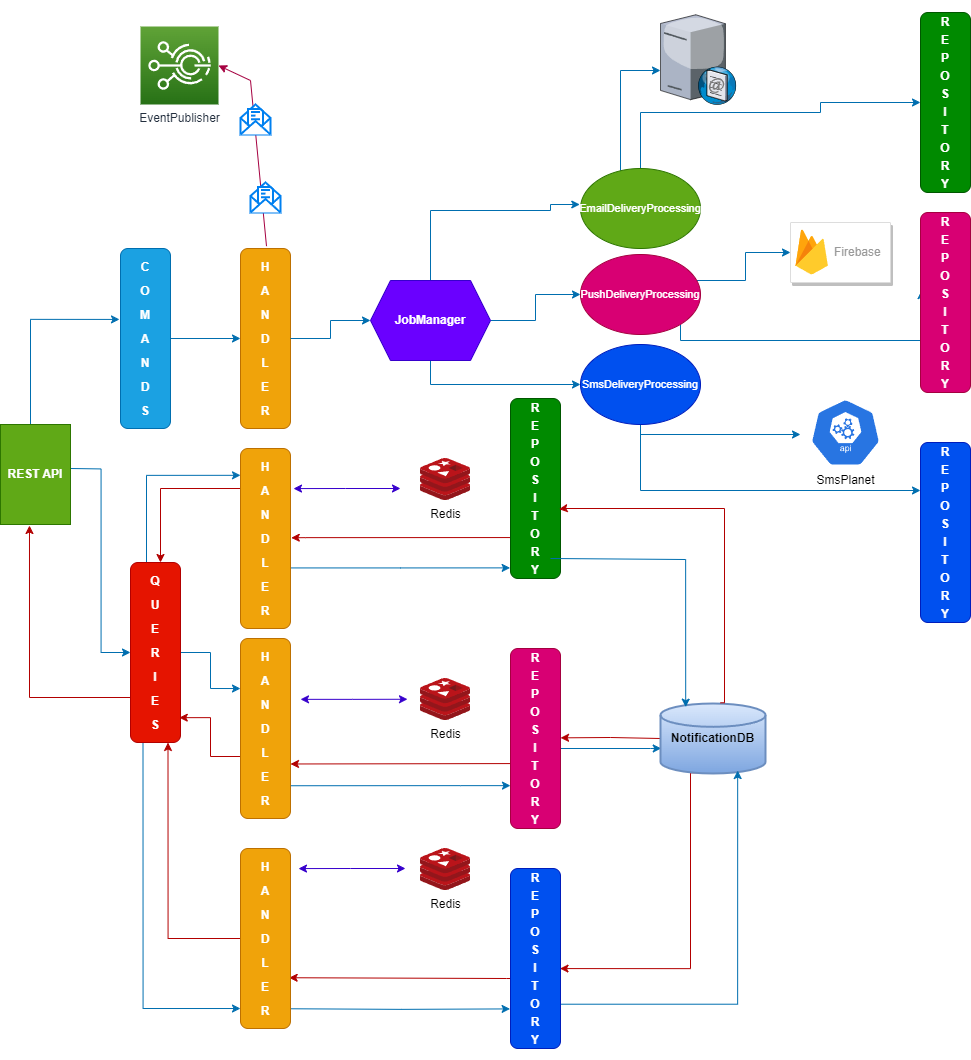
Before: ArchitectureDiagram.drawio.png, a diagram exported from draw.io (solowiejmaciej/EmailService). Source tidied: cells renumbered, new cells last; positions are measured from the earlier drawing's top-left corner, leaving out a move shared by most shapes.
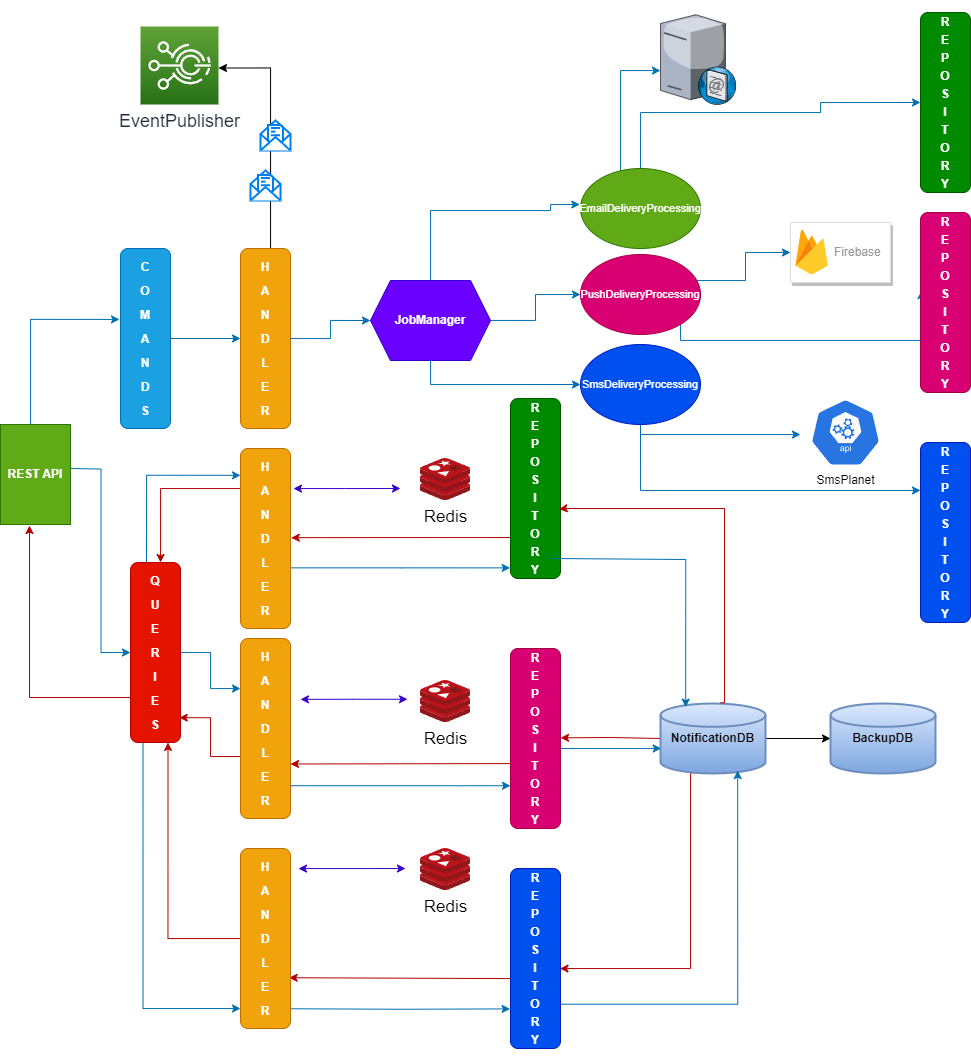
After the change.

Change to the diagram source:
```diff
@@ -23,6 +23,16 @@
     <mxCell id="6" value="&lt;p style=&quot;line-height: 200%;&quot;&gt;&lt;b&gt;C&lt;br&gt;O&lt;br&gt;M&lt;br&gt;A&lt;br&gt;N&lt;br&gt;D&lt;br&gt;S&lt;/b&gt;&lt;/p&gt;" style="rounded=1;whiteSpace=wrap;html=1;fillColor=#1ba1e2;fontColor=#ffffff;strokeColor=#006EAF;" parent="1" vertex="1">
       <mxGeometry x="120" y="236" width="50" height="180" as="geometry" />
     </mxCell>
+    <mxCell id="66" style="edgeStyle=orthogonalEdgeStyle;rounded=0;orthogonalLoop=1;jettySize=auto;html=1;exitX=0.385;exitY=-0.014;exitDx=0;exitDy=0;exitPerimeter=0;" parent="1" edge="1">
+      <mxGeometry relative="1" as="geometry">
+        <mxPoint x="259.2" y="236" as="sourcePoint" />
+        <mxPoint x="218" y="55.5" as="targetPoint" />
+        <Array as="points">
+          <mxPoint x="270" y="236.5" />
+          <mxPoint x="270" y="55.5" />
+        </Array>
+      </mxGeometry>
+    </mxCell>
     <mxCell id="7" value="&lt;p style=&quot;line-height: 200%;&quot;&gt;&lt;font color=&quot;#ffffff&quot;&gt;&lt;b&gt;H&lt;br&gt;A&lt;br&gt;N&lt;br&gt;D&lt;br&gt;L&lt;br&gt;E&lt;br&gt;R&lt;/b&gt;&lt;/font&gt;&lt;/p&gt;" style="rounded=1;whiteSpace=wrap;html=1;fillColor=#f0a30a;fontColor=#000000;strokeColor=#BD7000;" parent="1" vertex="1">
       <mxGeometry x="240" y="236" width="50" height="180" as="geometry" />
     </mxCell>
@@ -97,6 +107,9 @@
         </Array>
       </mxGeometry>
     </mxCell>
+    <mxCell id="67" style="edgeStyle=orthogonalEdgeStyle;rounded=0;jettySize=auto;html=1;entryX=0;entryY=0.5;entryDx=0;entryDy=0;entryPerimeter=0;" parent="1" edge="1" source="20" target="70">
+      <mxGeometry relative="1" as="geometry" />
+    </mxCell>
     <mxCell id="20" value="&lt;font color=&quot;#000000&quot;&gt;&lt;b&gt;NotificationDB&lt;/b&gt;&lt;/font&gt;" style="strokeWidth=2;html=1;shape=mxgraph.flowchart.database;whiteSpace=wrap;fillColor=#dae8fc;gradientColor=#7ea6e0;strokeColor=#6c8ebf;" parent="1" vertex="1">
       <mxGeometry x="660" y="691" width="105" height="70" as="geometry" />
     </mxCell>
@@ -128,9 +141,6 @@
     <mxCell id="26" value="&lt;b&gt;JobManager&lt;/b&gt;" style="shape=hexagon;perimeter=hexagonPerimeter2;whiteSpace=wrap;html=1;fixedSize=1;fillColor=#6a00ff;fontColor=#ffffff;strokeColor=#3700CC;" parent="1" vertex="1">
       <mxGeometry x="370" y="268" width="120" height="80" as="geometry" />
     </mxCell>
-    <mxCell id="27" value="Redis" style="image;sketch=0;html=1;align=center;fontSize=12;image=img/lib/mscae/Cache_Redis_Product.svg;" parent="1" vertex="1">
-      <mxGeometry x="420" y="836" width="50" height="42" as="geometry" />
-    </mxCell>
     <mxCell id="28" style="edgeStyle=orthogonalEdgeStyle;rounded=0;jettySize=auto;html=1;fillColor=#1ba1e2;strokeColor=#006EAF;entryX=-0.007;entryY=0.941;entryDx=0;entryDy=0;entryPerimeter=0;" parent="1" edge="1" source="38" target="33">
       <mxGeometry relative="1" as="geometry">
         <Array as="points">
@@ -206,12 +216,9 @@
     <mxCell id="40" value="&lt;p style=&quot;line-height: 200%;&quot;&gt;&lt;b style=&quot;color: rgb(255, 255, 255);&quot;&gt;H&lt;br&gt;A&lt;br&gt;N&lt;br&gt;D&lt;br&gt;L&lt;br&gt;E&lt;br&gt;R&lt;/b&gt;&lt;/p&gt;" style="rounded=1;whiteSpace=wrap;html=1;fillColor=#f0a30a;fontColor=#000000;strokeColor=#BD7000;" parent="1" vertex="1">
       <mxGeometry x="240" y="836" width="50" height="180" as="geometry" />
     </mxCell>
-    <mxCell id="41" value="Redis" style="image;sketch=0;html=1;align=center;fontSize=12;image=img/lib/mscae/Cache_Redis_Product.svg;" parent="1" vertex="1">
+    <mxCell id="41" value="&lt;font style=&quot;font-size: 17px;&quot;&gt;Redis&lt;/font&gt;" style="image;sketch=0;html=1;align=center;fontSize=12;image=img/lib/mscae/Cache_Redis_Product.svg;" parent="1" vertex="1">
       <mxGeometry x="420" y="446" width="50" height="42" as="geometry" />
     </mxCell>
-    <mxCell id="42" value="Redis" style="image;sketch=0;html=1;align=center;fontSize=12;image=img/lib/mscae/Cache_Redis_Product.svg;" parent="1" vertex="1">
-      <mxGeometry x="420" y="666" width="50" height="42" as="geometry" />
-    </mxCell>
     <mxCell id="43" style="edgeStyle=orthogonalEdgeStyle;rounded=0;jettySize=auto;html=1;fillColor=#1ba1e2;strokeColor=#006EAF;entryX=0;entryY=0.5;entryDx=0;entryDy=0;" parent="1" edge="1" source="45" target="56">
       <mxGeometry relative="1" as="geometry">
         <Array as="points">
@@ -322,21 +329,23 @@
         </Array>
       </mxGeometry>
     </mxCell>
-    <mxCell id="62" value="EventPublisher" style="sketch=0;points=[[0,0,0],[0.25,0,0],[0.5,0,0],[0.75,0,0],[1,0,0],[0,1,0],[0.25,1,0],[0.5,1,0],[0.75,1,0],[1,1,0],[0,0.25,0],[0,0.5,0],[0,0.75,0],[1,0.25,0],[1,0.5,0],[1,0.75,0]];outlineConnect=0;fontColor=#232F3E;gradientColor=#60A337;gradientDirection=north;fillColor=#277116;strokeColor=#ffffff;dashed=0;verticalLabelPosition=bottom;verticalAlign=top;align=center;html=1;fontSize=12;fontStyle=0;shape=mxgraph.aws4.resourceIcon;resIcon=mxgraph.aws4.iot_events;" parent="1" vertex="1">
+    <mxCell id="62" value="&lt;font style=&quot;font-size: 18px;&quot;&gt;EventPublisher&lt;/font&gt;" style="sketch=0;points=[[0,0,0],[0.25,0,0],[0.5,0,0],[0.75,0,0],[1,0,0],[0,1,0],[0.25,1,0],[0.5,1,0],[0.75,1,0],[1,1,0],[0,0.25,0],[0,0.5,0],[0,0.75,0],[1,0.25,0],[1,0.5,0],[1,0.75,0]];outlineConnect=0;fontColor=#232F3E;gradientColor=#60A337;gradientDirection=north;fillColor=#277116;strokeColor=#ffffff;dashed=0;verticalLabelPosition=bottom;verticalAlign=top;align=center;html=1;fontSize=12;fontStyle=0;shape=mxgraph.aws4.resourceIcon;resIcon=mxgraph.aws4.iot_events;" parent="1" vertex="1">
       <mxGeometry x="140" y="14" width="78" height="78" as="geometry" />
     </mxCell>
-    <mxCell id="63" style="endArrow=classic;html=1;rounded=0;entryX=1;entryY=0.5;entryDx=0;entryDy=0;entryPerimeter=0;exitX=0.52;exitY=-0.013;exitDx=0;exitDy=0;exitPerimeter=0;fillColor=#d80073;strokeColor=#A50040;" parent="1" edge="1" source="7" target="62">
-      <mxGeometry relative="1" as="geometry">
-        <Array as="points">
-          <mxPoint x="250" y="68" />
-        </Array>
-      </mxGeometry>
-    </mxCell>
     <mxCell id="64" style="html=1;verticalLabelPosition=bottom;align=center;labelBackgroundColor=#ffffff;verticalAlign=top;strokeWidth=2;strokeColor=#0080F0;shadow=0;dashed=0;shape=mxgraph.ios7.icons.envelope_(message);" parent="1" vertex="1">
-      <mxGeometry x="240" y="92" width="30" height="30" as="geometry" />
+      <mxGeometry x="260" y="108" width="30" height="30" as="geometry" />
     </mxCell>
     <mxCell id="65" style="html=1;verticalLabelPosition=bottom;align=center;labelBackgroundColor=#ffffff;verticalAlign=top;strokeWidth=2;strokeColor=#0080F0;shadow=0;dashed=0;shape=mxgraph.ios7.icons.envelope_(message);" parent="1" vertex="1">
-      <mxGeometry x="250" y="170" width="30" height="30" as="geometry" />
+      <mxGeometry x="250" y="158" width="30" height="30" as="geometry" />
     </mxCell>
+    <mxCell id="68" value="&lt;font style=&quot;font-size: 17px;&quot;&gt;Redis&lt;/font&gt;" style="image;sketch=0;html=1;align=center;fontSize=12;image=img/lib/mscae/Cache_Redis_Product.svg;" parent="1" vertex="1">
+      <mxGeometry x="420" y="668" width="50" height="42" as="geometry" />
+    </mxCell>
+    <mxCell id="69" value="&lt;font style=&quot;font-size: 17px;&quot;&gt;Redis&lt;/font&gt;" style="image;sketch=0;html=1;align=center;fontSize=12;image=img/lib/mscae/Cache_Redis_Product.svg;" parent="1" vertex="1">
+      <mxGeometry x="420" y="836" width="50" height="42" as="geometry" />
+    </mxCell>
+    <mxCell id="70" value="&lt;font color=&quot;#000000&quot;&gt;&lt;b&gt;BackupDB&lt;/b&gt;&lt;/font&gt;" style="strokeWidth=2;html=1;shape=mxgraph.flowchart.database;whiteSpace=wrap;fillColor=#dae8fc;gradientColor=#7ea6e0;strokeColor=#6c8ebf;" parent="1" vertex="1">
+      <mxGeometry x="830" y="691" width="105" height="70" as="geometry" />
+    </mxCell>
   </root>
 </mxGraphModel>
```
